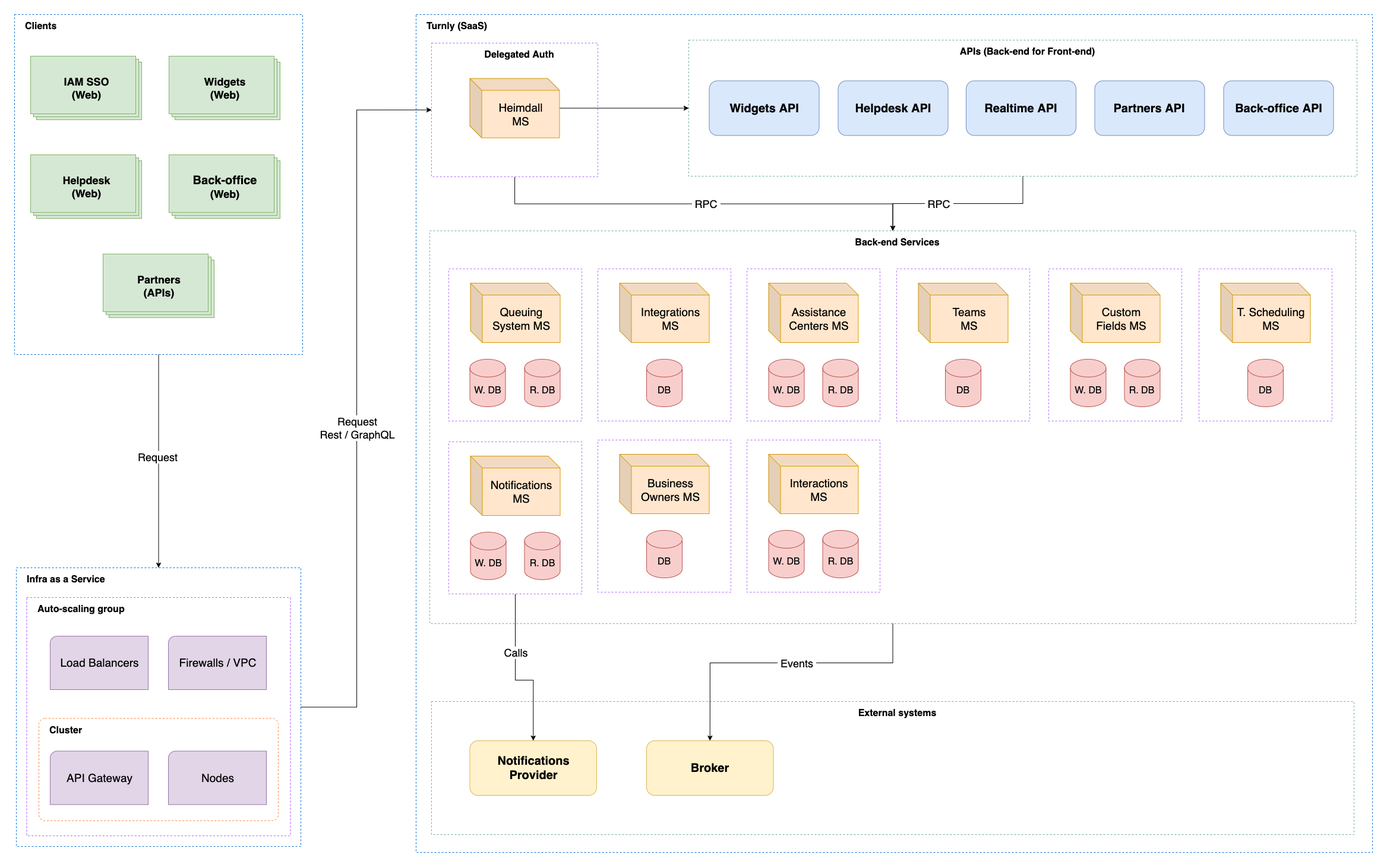
Earlier version of the draw.io export docs/diagrams/high-level-architecture.png (turnly/turnly). Source tidied: cells renumbered, new cells last; positions are measured from the earlier drawing's top-left corner, leaving out a move shared by most shapes.
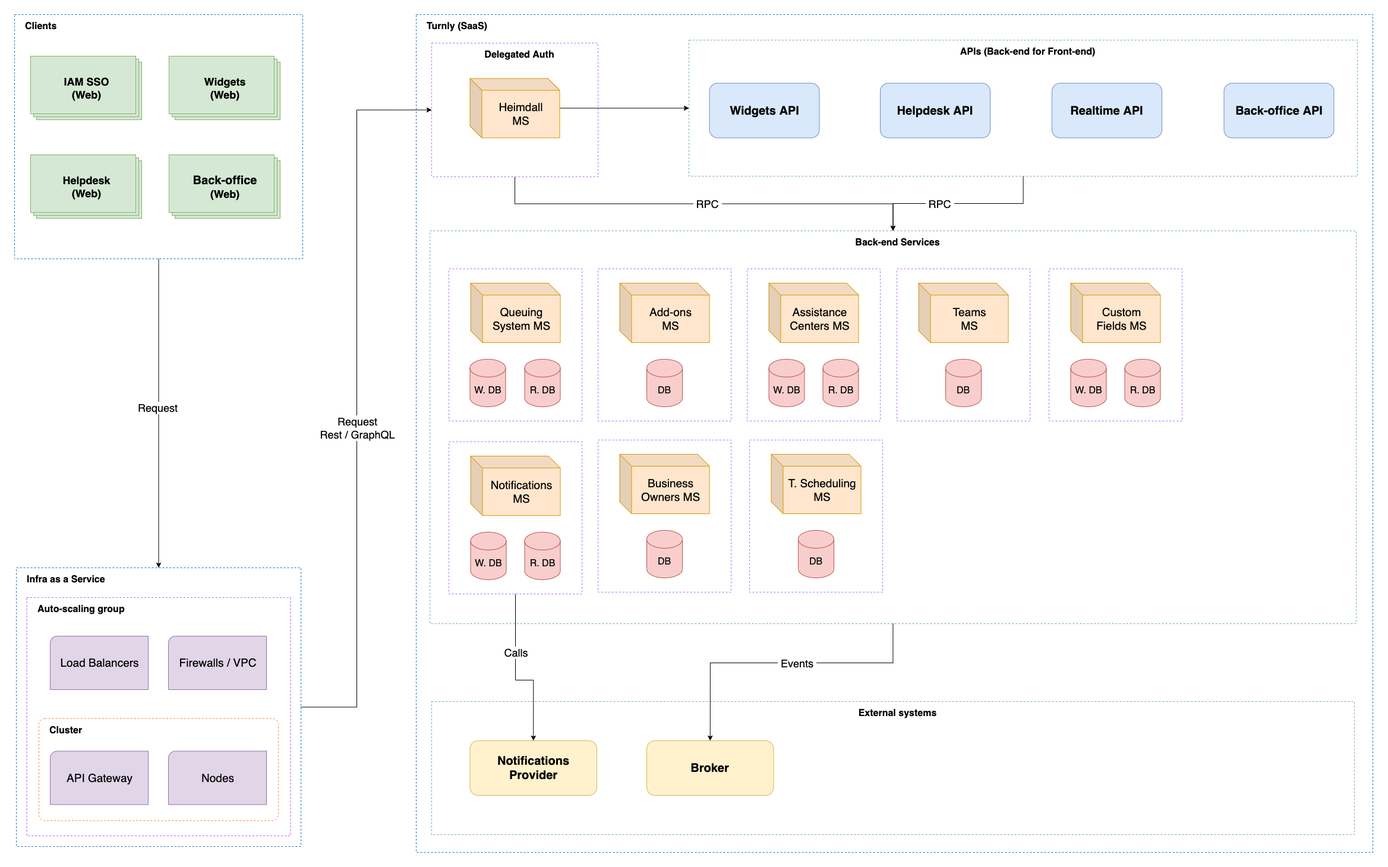
After the commit.

Change to the diagram source:
```diff
@@ -9,7 +9,7 @@
       <mxGeometry x="-0.04" y="-2" relative="1" as="geometry" />
     </mxCell>
     <mxCell id="4" value="Clients" style="rounded=0;arcSize=6;whiteSpace=wrap;html=1;align=left;fontSize=16;verticalAlign=top;spacingLeft=16;fontStyle=1;strokeColor=#006CD9;dashed=1;spacingTop=4;" parent="1" vertex="1">
-      <mxGeometry width="485" height="572" as="geometry" />
+      <mxGeometry width="485" height="411" as="geometry" />
     </mxCell>
     <mxCell id="5" value="Widgets&lt;br&gt;(Web)" style="verticalLabelPosition=middle;verticalAlign=middle;html=1;shape=mxgraph.basic.layered_rect;dx=10;fontStyle=1;fontSize=18;flipH=0;flipV=0;fillColor=#d5e8d4;strokeColor=#82b366;labelPosition=center;align=center;" parent="1" vertex="1">
       <mxGeometry x="260" y="70" width="187" height="107" as="geometry" />
@@ -23,9 +23,6 @@
     <mxCell id="8" value="IAM SSO&lt;br&gt;(Web)" style="verticalLabelPosition=middle;verticalAlign=middle;html=1;shape=mxgraph.basic.layered_rect;dx=10;fontStyle=1;fontSize=18;flipH=0;flipV=0;fillColor=#d5e8d4;strokeColor=#82b366;labelPosition=center;align=center;" parent="1" vertex="1">
       <mxGeometry x="27" y="70" width="187" height="107" as="geometry" />
     </mxCell>
-    <mxCell id="9" value="Partners&lt;br&gt;(APIs)" style="verticalLabelPosition=middle;verticalAlign=middle;html=1;shape=mxgraph.basic.layered_rect;dx=10;fontStyle=1;fontSize=18;flipH=0;flipV=0;fillColor=#d5e8d4;strokeColor=#82b366;labelPosition=center;align=center;" parent="1" vertex="1">
-      <mxGeometry x="149" y="403" width="187" height="107" as="geometry" />
-    </mxCell>
     <mxCell id="10" value="Infra as a Service" style="rounded=0;arcSize=6;whiteSpace=wrap;html=1;align=left;fontSize=16;verticalAlign=top;spacingLeft=16;fontStyle=1;strokeColor=#006CD9;dashed=1;spacingTop=4;" parent="1" vertex="1">
       <mxGeometry x="3" y="931" width="479" height="469" as="geometry" />
     </mxCell>
@@ -65,17 +62,14 @@
       <mxGeometry x="1135" y="43" width="1125" height="229" as="geometry" />
     </mxCell>
     <mxCell id="22" value="Widgets API" style="rounded=1;whiteSpace=wrap;html=1;shadow=0;glass=0;sketch=0;fillColor=#dae8fc;strokeColor=#6c8ebf;fontSize=20;fontStyle=1;spacingTop=0;" parent="1" vertex="1">
-      <mxGeometry x="1169.5" y="111.5" width="185" height="92" as="geometry" />
+      <mxGeometry x="1169.5" y="115.5" width="185" height="92" as="geometry" />
     </mxCell>
     <mxCell id="23" value="Helpdesk API" style="rounded=1;whiteSpace=wrap;html=1;shadow=0;glass=0;sketch=0;fillColor=#dae8fc;strokeColor=#6c8ebf;fontSize=20;fontStyle=1;spacingTop=0;" parent="1" vertex="1">
-      <mxGeometry x="1386.5" y="111.5" width="185" height="92" as="geometry" />
+      <mxGeometry x="1457" y="115.5" width="185" height="92" as="geometry" />
     </mxCell>
     <mxCell id="24" value="Realtime API" style="rounded=1;whiteSpace=wrap;html=1;shadow=0;glass=0;sketch=0;fillColor=#dae8fc;strokeColor=#6c8ebf;fontSize=20;fontStyle=1;spacingTop=0;" parent="1" vertex="1">
-      <mxGeometry x="1602" y="111.5" width="185" height="92" as="geometry" />
+      <mxGeometry x="1746" y="115.5" width="185" height="92" as="geometry" />
     </mxCell>
-    <mxCell id="25" value="Partners API" style="rounded=1;whiteSpace=wrap;html=1;shadow=0;glass=0;sketch=0;fillColor=#dae8fc;strokeColor=#6c8ebf;fontSize=20;fontStyle=1;spacingTop=0;" parent="1" vertex="1">
-      <mxGeometry x="1818.5" y="111.5" width="185" height="92" as="geometry" />
-    </mxCell>
     <mxCell id="26" value="External systems" style="rounded=0;arcSize=11;whiteSpace=wrap;html=1;align=center;fontSize=16;verticalAlign=top;spacingLeft=16;fontStyle=1;dashed=1;spacingTop=4;strokeColor=#67AB9F;" parent="1" vertex="1">
       <mxGeometry x="702" y="1156" width="1553" height="224" as="geometry" />
     </mxCell>
@@ -138,7 +132,7 @@
     <mxCell id="41" style="rounded=0;arcSize=6;whiteSpace=wrap;html=1;align=left;fontSize=16;verticalAlign=top;spacingLeft=16;fontStyle=1;strokeColor=#B266FF;dashed=1;spacingTop=4;" parent="1" vertex="1">
       <mxGeometry x="982" y="428" width="224" height="256" as="geometry" />
     </mxCell>
-    <mxCell id="42" value="&lt;font style=&quot;font-size: 19px;&quot;&gt;Integrations MS&lt;/font&gt;" style="shape=cube;whiteSpace=wrap;html=1;boundedLbl=1;backgroundOutline=1;darkOpacity=0.05;darkOpacity2=0.1;fontSize=14;fillColor=#ffe6cc;strokeColor=#d79b00;" parent="1" vertex="1">
+    <mxCell id="42" value="&lt;font style=&quot;font-size: 19px;&quot;&gt;Add-ons&lt;br&gt;MS&lt;br&gt;&lt;/font&gt;" style="shape=cube;whiteSpace=wrap;html=1;boundedLbl=1;backgroundOutline=1;darkOpacity=0.05;darkOpacity2=0.1;fontSize=14;fillColor=#ffe6cc;strokeColor=#d79b00;" parent="1" vertex="1">
       <mxGeometry x="1018.5" y="452" width="151" height="100" as="geometry" />
     </mxCell>
     <mxCell id="43" value="DB" style="shape=cylinder3;whiteSpace=wrap;html=1;boundedLbl=1;backgroundOutline=1;size=15;rounded=0;fontSize=16;strokeColor=#b85450;fillColor=#f8cecc;" parent="1" vertex="1">
@@ -172,13 +166,13 @@
       <mxGeometry x="1777.5" y="580" width="60" height="80" as="geometry" />
     </mxCell>
     <mxCell id="53" style="rounded=0;arcSize=6;whiteSpace=wrap;html=1;align=left;fontSize=16;verticalAlign=top;spacingLeft=16;fontStyle=1;strokeColor=#B266FF;dashed=1;spacingTop=4;" parent="1" vertex="1">
-      <mxGeometry x="1994" y="428" width="224" height="256" as="geometry" />
+      <mxGeometry x="1237" y="716" width="224" height="256" as="geometry" />
     </mxCell>
     <mxCell id="54" value="&lt;span style=&quot;font-size: 19px;&quot;&gt;T. Scheduling&lt;br&gt;MS&lt;/span&gt;" style="shape=cube;whiteSpace=wrap;html=1;boundedLbl=1;backgroundOutline=1;darkOpacity=0.05;darkOpacity2=0.1;fontSize=14;fillColor=#ffe6cc;strokeColor=#d79b00;" parent="1" vertex="1">
-      <mxGeometry x="2030.5" y="452" width="151" height="100" as="geometry" />
+      <mxGeometry x="1273.5" y="740" width="151" height="100" as="geometry" />
     </mxCell>
     <mxCell id="55" value="DB" style="shape=cylinder3;whiteSpace=wrap;html=1;boundedLbl=1;backgroundOutline=1;size=15;rounded=0;fontSize=16;strokeColor=#b85450;fillColor=#f8cecc;" parent="1" vertex="1">
-      <mxGeometry x="2076" y="580" width="60" height="80" as="geometry" />
+      <mxGeometry x="1319" y="868" width="60" height="80" as="geometry" />
     </mxCell>
     <mxCell id="56" style="rounded=0;arcSize=6;whiteSpace=wrap;html=1;align=left;fontSize=16;verticalAlign=top;spacingLeft=16;fontStyle=1;strokeColor=#B266FF;dashed=1;spacingTop=4;" parent="1" vertex="1">
       <mxGeometry x="982" y="716" width="224" height="256" as="geometry" />
@@ -189,24 +183,12 @@
     <mxCell id="58" value="DB" style="shape=cylinder3;whiteSpace=wrap;html=1;boundedLbl=1;backgroundOutline=1;size=15;rounded=0;fontSize=16;strokeColor=#b85450;fillColor=#f8cecc;" parent="1" vertex="1">
       <mxGeometry x="1064" y="868" width="60" height="80" as="geometry" />
     </mxCell>
-    <mxCell id="59" style="rounded=0;arcSize=6;whiteSpace=wrap;html=1;align=left;fontSize=16;verticalAlign=top;spacingLeft=16;fontStyle=1;strokeColor=#B266FF;dashed=1;spacingTop=4;" parent="1" vertex="1">
-      <mxGeometry x="1233" y="716" width="224" height="256" as="geometry" />
-    </mxCell>
-    <mxCell id="60" value="&lt;span style=&quot;font-size: 19px;&quot;&gt;Interactions&lt;/span&gt;&lt;br&gt;&lt;span style=&quot;font-size: 19px;&quot;&gt;MS&lt;/span&gt;" style="shape=cube;whiteSpace=wrap;html=1;boundedLbl=1;backgroundOutline=1;darkOpacity=0.05;darkOpacity2=0.1;fontSize=14;fillColor=#ffe6cc;strokeColor=#d79b00;" parent="1" vertex="1">
-      <mxGeometry x="1269.5" y="740" width="151" height="100" as="geometry" />
-    </mxCell>
-    <mxCell id="61" value="W. DB" style="shape=cylinder3;whiteSpace=wrap;html=1;boundedLbl=1;backgroundOutline=1;size=15;rounded=0;fontSize=16;strokeColor=#b85450;fillColor=#f8cecc;" parent="1" vertex="1">
-      <mxGeometry x="1269.5" y="868" width="60" height="80" as="geometry" />
-    </mxCell>
     <mxCell id="62" value="R. DB" style="shape=cylinder3;whiteSpace=wrap;html=1;boundedLbl=1;backgroundOutline=1;size=15;rounded=0;fontSize=16;strokeColor=#b85450;fillColor=#f8cecc;" parent="1" vertex="1">
       <mxGeometry x="858.5" y="580" width="60" height="80" as="geometry" />
     </mxCell>
     <mxCell id="63" value="R. DB" style="shape=cylinder3;whiteSpace=wrap;html=1;boundedLbl=1;backgroundOutline=1;size=15;rounded=0;fontSize=16;strokeColor=#b85450;fillColor=#f8cecc;" parent="1" vertex="1">
       <mxGeometry x="1360.5" y="580" width="60" height="80" as="geometry" />
     </mxCell>
-    <mxCell id="64" value="R. DB" style="shape=cylinder3;whiteSpace=wrap;html=1;boundedLbl=1;backgroundOutline=1;size=15;rounded=0;fontSize=16;strokeColor=#b85450;fillColor=#f8cecc;" parent="1" vertex="1">
-      <mxGeometry x="1360.5" y="868" width="60" height="80" as="geometry" />
-    </mxCell>
     <mxCell id="65" value="R. DB" style="shape=cylinder3;whiteSpace=wrap;html=1;boundedLbl=1;backgroundOutline=1;size=15;rounded=0;fontSize=16;strokeColor=#b85450;fillColor=#f8cecc;" parent="1" vertex="1">
       <mxGeometry x="1868.5" y="580" width="60" height="80" as="geometry" />
     </mxCell>
@@ -236,7 +218,7 @@
       <mxGeometry x="858.5" y="871" width="60" height="80" as="geometry" />
     </mxCell>
     <mxCell id="72" value="Back-office API" style="rounded=1;whiteSpace=wrap;html=1;shadow=0;glass=0;sketch=0;fillColor=#dae8fc;strokeColor=#6c8ebf;fontSize=20;fontStyle=1;spacingTop=0;" parent="1" vertex="1">
-      <mxGeometry x="2035.5" y="111.5" width="185" height="92" as="geometry" />
+      <mxGeometry x="2035.5" y="115.5" width="185" height="92" as="geometry" />
     </mxCell>
   </root>
 </mxGraphModel>
```
